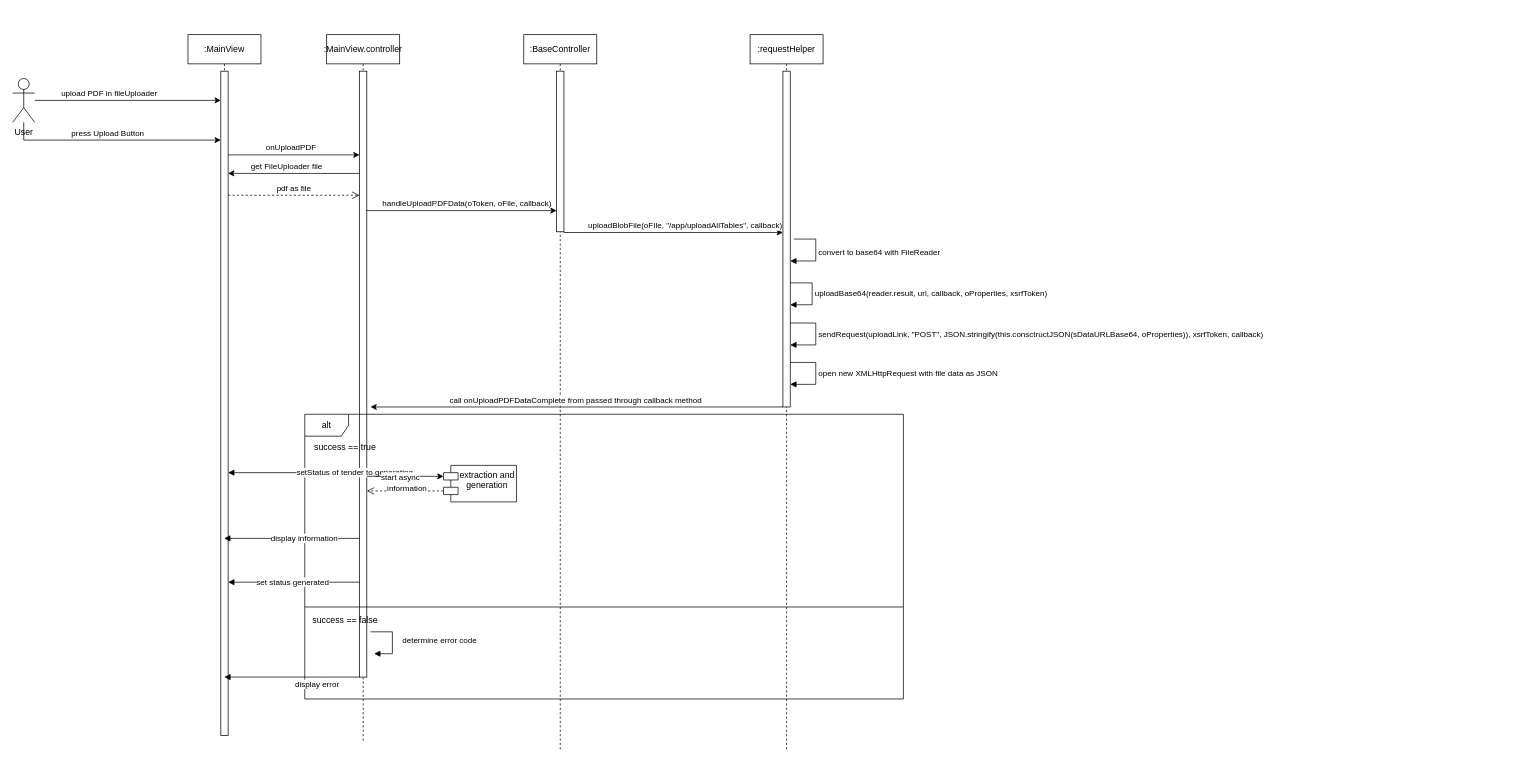
This is Concept.drawio from Zprit/document-analyzer, a draw.io file, before an edit. Source tidied: cells renumbered, new cells numbered last; positions are measured from the earlier drawing's top-left corner, leaving out a move shared by most shapes. Both pictures are drawn from the tidied source at 73%, with x=0, y=0 at pixel (12, 34).
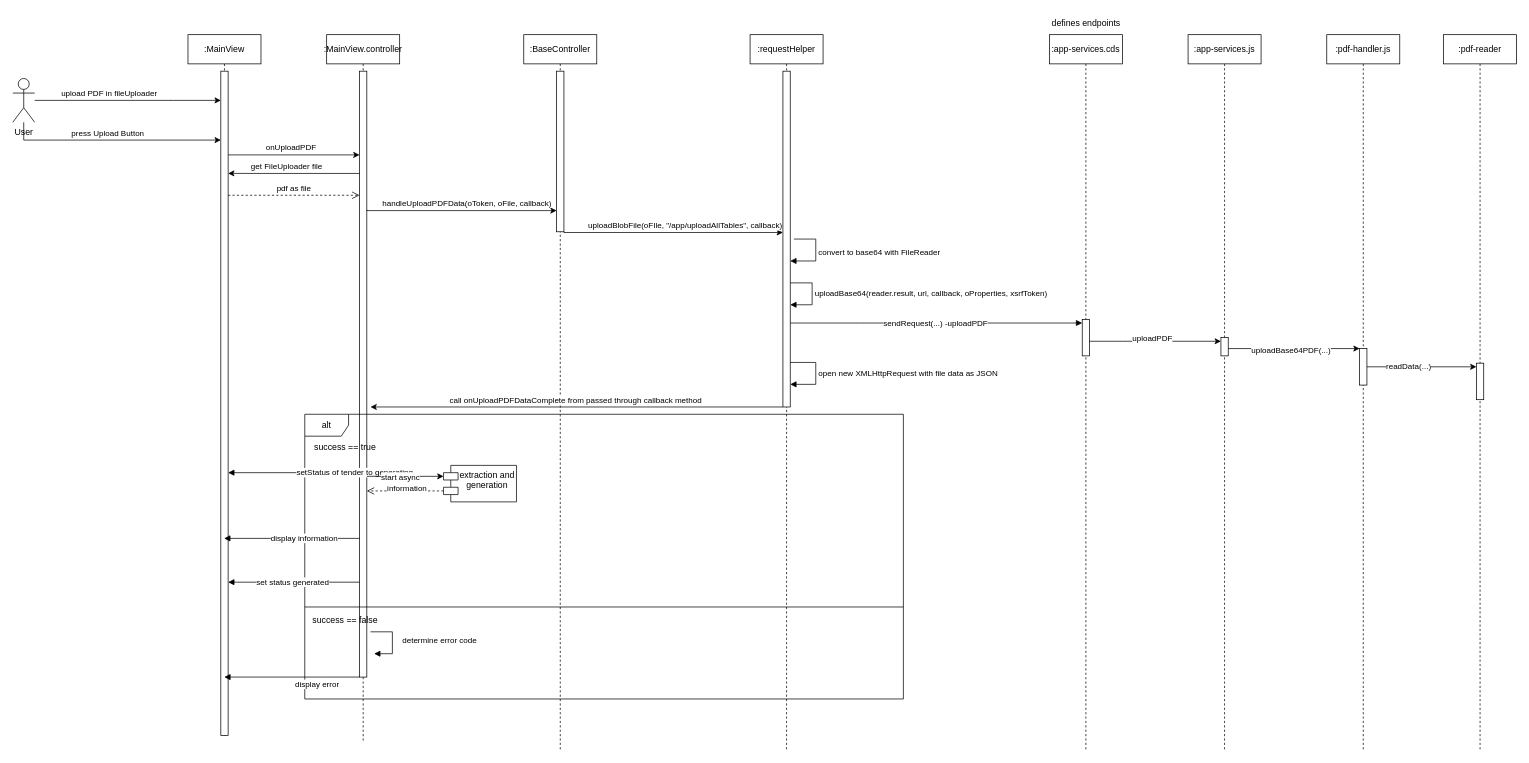
After the change.

The change refers to these unchanged cells:
```xml
<mxCell id="20" value=":requestHelper" style="shape=umlLifeline;perimeter=lifelinePerimeter;whiteSpace=wrap;html=1;newEdgeStyle={&quot;curved&quot;:0,&quot;rounded&quot;:0};" parent="1" vertex="1">
  <mxGeometry x="1010" width="100" height="980" as="geometry" />
</mxCell>
<mxCell id="21" style="html=1;points=[[0,0,0,0,5],[0,1,0,0,-5],[1,0,0,0,5],[1,1,0,0,-5]];perimeter=orthogonalPerimeter;outlineConnect=0;targetShapes=umlLifeline;portConstraint=eastwest;newEdgeStyle={&quot;curved&quot;:0,&quot;rounded&quot;:0};" parent="20" vertex="1">
  <mxGeometry x="45" y="50" width="10" height="460" as="geometry" />
</mxCell>
```

Diff of the diagram source:
```diff
@@
-    <mxCell id="22" value="sendRequest(uploadLink, &quot;POST&quot;, JSON.stringify(this.consctructJSON(sDataURLBase64, oProperties)), xsrfToken, callback)" style="html=1;align=left;spacingLeft=2;endArrow=block;rounded=0;edgeStyle=orthogonalEdgeStyle;curved=0;rounded=0;" parent="20" edge="1" source="21" target="21">
-      <mxGeometry relative="1" as="geometry">
-        <Array as="points">
-          <mxPoint x="90" y="395" />
-          <mxPoint x="90" y="425" />
-        </Array>
-      </mxGeometry>
-    </mxCell>
@@
+    <mxCell id="43" value=":app-services.cds" style="shape=umlLifeline;perimeter=lifelinePerimeter;whiteSpace=wrap;html=1;newEdgeStyle={&quot;curved&quot;:0,&quot;rounded&quot;:0};" parent="1" vertex="1">
+      <mxGeometry x="1420" width="100" height="980" as="geometry" />
+    </mxCell>
+    <mxCell id="44" style="html=1;points=[[0,0,0,0,5],[0,1,0,0,-5],[1,0,0,0,5],[1,1,0,0,-5]];perimeter=orthogonalPerimeter;outlineConnect=0;targetShapes=umlLifeline;portConstraint=eastwest;newEdgeStyle={&quot;curved&quot;:0,&quot;rounded&quot;:0};" parent="43" vertex="1">
+      <mxGeometry x="45" y="390" width="10" height="50" as="geometry" />
+    </mxCell>
+    <mxCell id="22" value="sendRequest(...) -uploadPDF" style="html=1;align=left;spacingLeft=2;endArrow=block;rounded=0;edgeStyle=orthogonalEdgeStyle;curved=0;rounded=0;entryX=0;entryY=0;entryDx=0;entryDy=5;entryPerimeter=0;" parent="1" edge="1" source="21" target="44">
+      <mxGeometry x="-0.38" relative="1" as="geometry">
+        <Array as="points">
+          <mxPoint x="1160" y="395" />
+          <mxPoint x="1160" y="395" />
+        </Array>
+      </mxGeometry>
+    </mxCell>
+    <mxCell id="45" value="defines endpoints" style="text;html=1;align=center;verticalAlign=middle;strokeColor=none;fillColor=none;" parent="1" vertex="1">
+      <mxGeometry x="1410" y="-30" width="120" height="30" as="geometry" />
+    </mxCell>
+    <mxCell id="46" value=":app-services.js" style="shape=umlLifeline;perimeter=lifelinePerimeter;whiteSpace=wrap;html=1;newEdgeStyle={&quot;curved&quot;:0,&quot;rounded&quot;:0};" parent="1" vertex="1">
+      <mxGeometry x="1610" width="100" height="980" as="geometry" />
+    </mxCell>
+    <mxCell id="47" style="html=1;points=[[0,0,0,0,5],[0,1,0,0,-5],[1,0,0,0,5],[1,1,0,0,-5]];perimeter=orthogonalPerimeter;outlineConnect=0;targetShapes=umlLifeline;portConstraint=eastwest;newEdgeStyle={&quot;curved&quot;:0,&quot;rounded&quot;:0};" parent="46" vertex="1">
+      <mxGeometry x="45" y="415" width="10" height="25" as="geometry" />
+    </mxCell>
+    <mxCell id="48" style="edgeStyle=orthogonalEdgeStyle;rounded=0;jettySize=auto;html=1;curved=0;" parent="1" edge="1" source="44" target="47">
+      <mxGeometry relative="1" as="geometry">
+        <Array as="points">
+          <mxPoint x="1520" y="420" />
+          <mxPoint x="1520" y="420" />
+        </Array>
+      </mxGeometry>
+    </mxCell>
+    <mxCell id="49" value="uploadPDF" style="edgeLabel;html=1;align=center;verticalAlign=middle;" parent="48" vertex="1">
+      <mxGeometry x="-0.28" relative="1" as="geometry">
+        <mxPoint x="20" y="-5" as="offset" />
+      </mxGeometry>
+    </mxCell>
+    <mxCell id="50" value=":pdf-handler&lt;span style=&quot;background-color: initial;&quot;&gt;.js&lt;/span&gt;" style="shape=umlLifeline;perimeter=lifelinePerimeter;whiteSpace=wrap;html=1;newEdgeStyle={&quot;curved&quot;:0,&quot;rounded&quot;:0};" parent="1" vertex="1">
+      <mxGeometry x="1800" width="100" height="980" as="geometry" />
+    </mxCell>
+    <mxCell id="51" style="html=1;points=[[0,0,0,0,5],[0,1,0,0,-5],[1,0,0,0,5],[1,1,0,0,-5]];perimeter=orthogonalPerimeter;outlineConnect=0;targetShapes=umlLifeline;portConstraint=eastwest;newEdgeStyle={&quot;curved&quot;:0,&quot;rounded&quot;:0};" parent="50" vertex="1">
+      <mxGeometry x="45" y="430" width="10" height="50" as="geometry" />
+    </mxCell>
+    <mxCell id="52" style="edgeStyle=orthogonalEdgeStyle;rounded=0;orthogonalLoop=1;jettySize=auto;html=1;curved=0;" parent="1" edge="1">
+      <mxGeometry relative="1" as="geometry">
+        <mxPoint x="1665" y="430" as="sourcePoint" />
+        <mxPoint x="1845" y="430" as="targetPoint" />
+      </mxGeometry>
+    </mxCell>
+    <mxCell id="53" value="uploadBase64PDF(...)" style="edgeLabel;html=1;align=center;verticalAlign=middle;" parent="52" vertex="1">
+      <mxGeometry x="-0.31" y="-1" relative="1" as="geometry">
+        <mxPoint x="23" as="offset" />
+      </mxGeometry>
+    </mxCell>
+    <mxCell id="54" value=":pdf-reader" style="shape=umlLifeline;perimeter=lifelinePerimeter;whiteSpace=wrap;html=1;newEdgeStyle={&quot;curved&quot;:0,&quot;rounded&quot;:0};" parent="1" vertex="1">
+      <mxGeometry x="1960" width="100" height="980" as="geometry" />
+    </mxCell>
+    <mxCell id="55" style="html=1;points=[[0,0,0,0,5],[0,1,0,0,-5],[1,0,0,0,5],[1,1,0,0,-5]];perimeter=orthogonalPerimeter;outlineConnect=0;targetShapes=umlLifeline;portConstraint=eastwest;newEdgeStyle={&quot;curved&quot;:0,&quot;rounded&quot;:0};" parent="54" vertex="1">
+      <mxGeometry x="45" y="450" width="10" height="50" as="geometry" />
+    </mxCell>
+    <mxCell id="56" style="edgeStyle=orthogonalEdgeStyle;rounded=0;jettySize=auto;html=1;curved=0;" parent="1" edge="1" source="51" target="55">
+      <mxGeometry relative="1" as="geometry">
+        <Array as="points">
+          <mxPoint x="1970" y="455" />
+          <mxPoint x="1970" y="455" />
+        </Array>
+      </mxGeometry>
+    </mxCell>
+    <mxCell id="57" value="readData(...)" style="edgeLabel;html=1;align=center;verticalAlign=middle;" parent="56" vertex="1">
+      <mxGeometry x="-0.26" y="2" relative="1" as="geometry" />
+    </mxCell>
```
